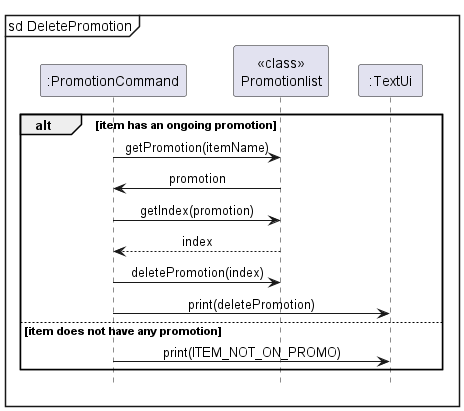
Above: docs/Diagrams/Images/Promotion/DeletePromotion.png in LowTL/tp (PlantUML), before the change.
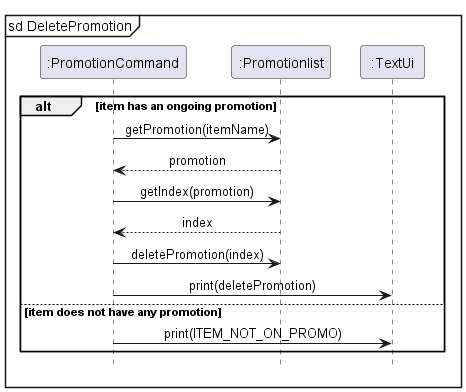
Later version of the same file.

Change to the diagram source:
```diff
@@ -4,12 +4,12 @@
 mainframe sd DeletePromotion
 
 participant ":PromotionCommand" as PromotionCommand
-participant "<<class>>\nPromotionlist" as Promotionlist
+participant ":Promotionlist" as Promotionlist
 participant ":TextUi" as TextUi
 
 alt item has an ongoing promotion
     PromotionCommand -> Promotionlist : getPromotion(itemName)
-    Promotionlist -> PromotionCommand : promotion
+    Promotionlist --> PromotionCommand : promotion
     PromotionCommand -> Promotionlist : getIndex(promotion)
     Promotionlist --> PromotionCommand : index
     PromotionCommand -> Promotionlist : deletePromotion(index)
```
